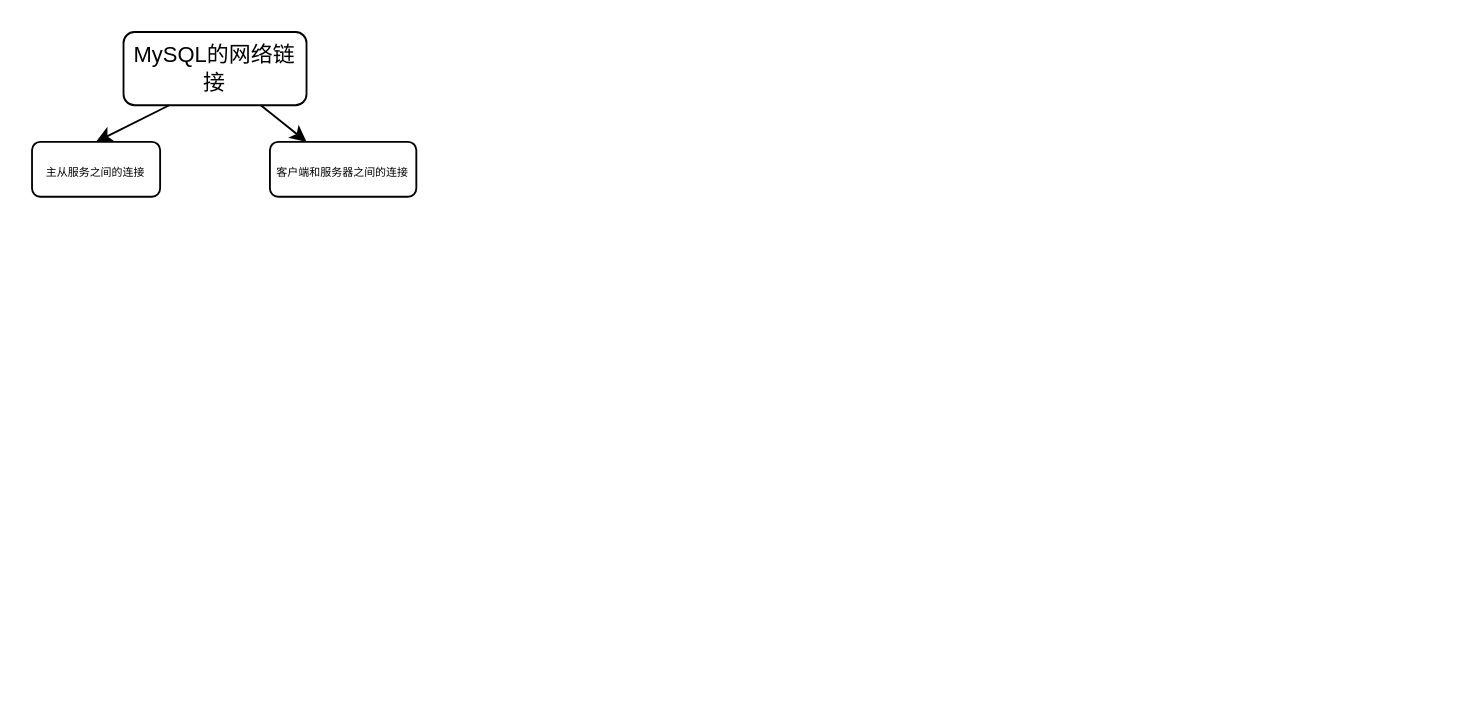
Before: page "网络系统知识" (7 of 7) of 文件系统.drawio in liushan86/learnnode, a draw.io diagram. Source tidied: cells renumbered, new cells numbered last; positions are measured from the earlier drawing's top-left corner, leaving out a move shared by most shapes. Both pictures are drawn from the tidied source at 183%, with x=0, y=0 at pixel (31, 31).
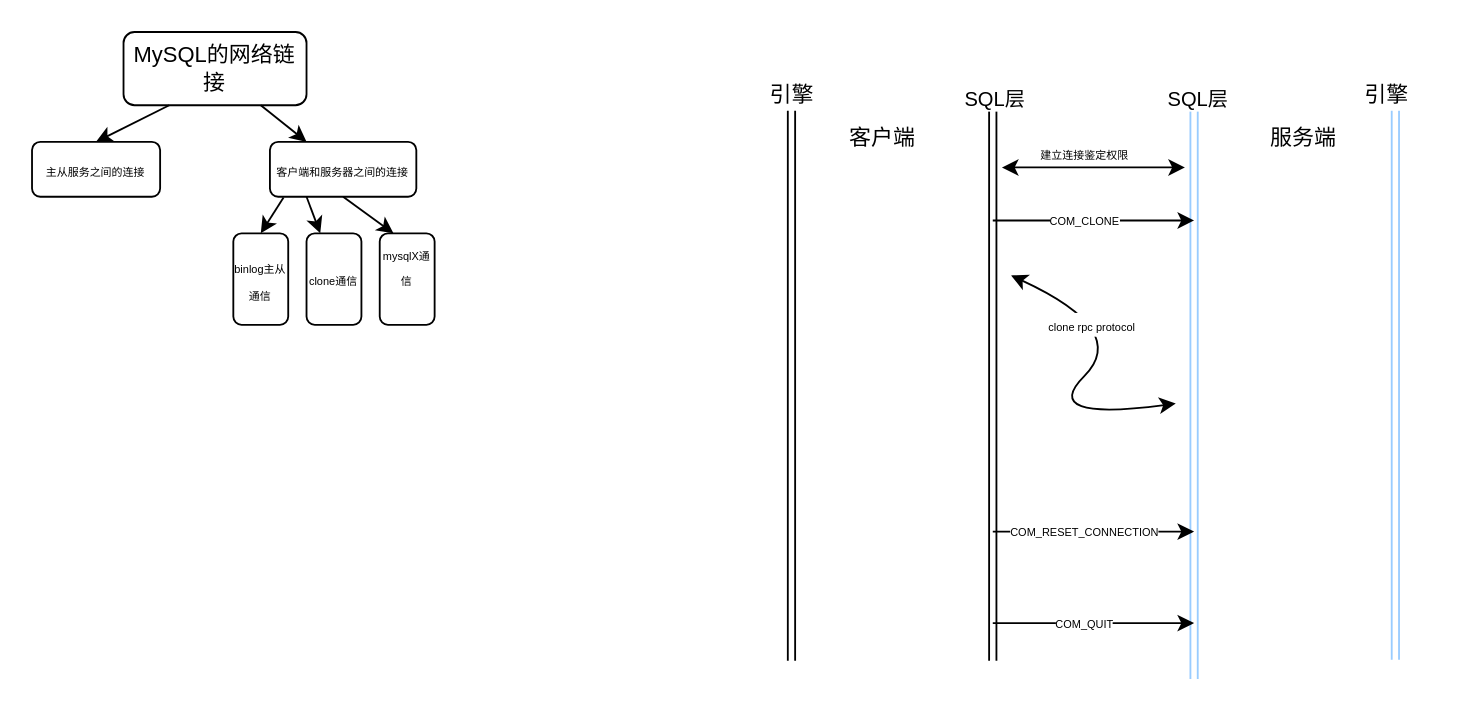
The same page after the edit.

Commit message:
更新文件系统.drawio

Unchanged cells that the change refers to:
```xml
<mxCell id="4" value="&lt;font style=&quot;font-size: 6px;&quot;&gt;客户端和服务器之间的连接&lt;/font&gt;" style="rounded=1;whiteSpace=wrap;html=1;" parent="1" vertex="1">
  <mxGeometry x="130" y="60" width="80" height="30" as="geometry" />
</mxCell>
```

Diff of the diagram source:
```diff
@@
+    <mxCell id="7" style="shape=link;html=1;rounded=0;" parent="1" edge="1">
+      <mxGeometry relative="1" as="geometry">
+        <mxPoint x="415" y="43" as="sourcePoint" />
+        <mxPoint x="415" y="343.6" as="targetPoint" />
+      </mxGeometry>
+    </mxCell>
+    <mxCell id="8" style="shape=link;html=1;rounded=0;" parent="1" edge="1">
+      <mxGeometry relative="1" as="geometry">
+        <mxPoint x="525" y="43" as="sourcePoint" />
+        <mxPoint x="525" y="343.6" as="targetPoint" />
+      </mxGeometry>
+    </mxCell>
+    <mxCell id="9" value="SQL层" style="edgeLabel;html=1;align=center;verticalAlign=middle;" parent="8" vertex="1">
+      <mxGeometry x="-0.95" y="2" relative="1" as="geometry">
+        <mxPoint x="-2" y="-15" as="offset" />
+      </mxGeometry>
+    </mxCell>
+    <mxCell id="10" style="shape=link;html=1;rounded=0;strokeColor=#99CCFF;" parent="1" edge="1">
+      <mxGeometry relative="1" as="geometry">
+        <mxPoint x="635" y="43" as="sourcePoint" />
+        <mxPoint x="635" y="353.6" as="targetPoint" />
+      </mxGeometry>
+    </mxCell>
+    <mxCell id="11" style="shape=link;html=1;rounded=0;strokeColor=#99CCFF;" parent="1" edge="1">
+      <mxGeometry relative="1" as="geometry">
+        <mxPoint x="745" y="43" as="sourcePoint" />
+        <mxPoint x="745" y="343" as="targetPoint" />
+      </mxGeometry>
+    </mxCell>
+    <mxCell id="12" value="客户端" style="text;html=1;align=center;verticalAlign=middle;whiteSpace=wrap;rounded=0;" parent="1" vertex="1">
+      <mxGeometry x="435" y="43" width="60" height="30" as="geometry" />
+    </mxCell>
+    <mxCell id="13" value="服务端" style="text;html=1;align=center;verticalAlign=middle;whiteSpace=wrap;rounded=0;" parent="1" vertex="1">
+      <mxGeometry x="665" y="43" width="60" height="30" as="geometry" />
+    </mxCell>
+    <mxCell id="14" value="引擎" style="text;html=1;align=center;verticalAlign=middle;strokeColor=none;fillColor=none;" parent="1" vertex="1">
+      <mxGeometry x="390" y="20" width="50" height="30" as="geometry" />
+    </mxCell>
+    <mxCell id="15" value="引擎" style="text;html=1;align=center;verticalAlign=middle;strokeColor=none;fillColor=none;" parent="1" vertex="1">
+      <mxGeometry x="715" y="20" width="50" height="30" as="geometry" />
+    </mxCell>
+    <mxCell id="16" value="SQL层" style="edgeLabel;html=1;align=center;verticalAlign=middle;" parent="1" vertex="1">
+      <mxGeometry x="635" y="35" as="geometry">
+        <mxPoint x="1" y="1" as="offset" />
+      </mxGeometry>
+    </mxCell>
+    <mxCell id="17" value="&lt;font style=&quot;font-size: 6px;&quot;&gt;建立连接鉴定权限&lt;/font&gt;" style="text;html=1;align=center;verticalAlign=middle;strokeColor=none;fillColor=none;" parent="1" vertex="1">
+      <mxGeometry x="540" y="51" width="70" height="30" as="geometry" />
+    </mxCell>
+    <mxCell id="18" style="endArrow=classic;startArrow=classic;html=1;rounded=0;" parent="1" edge="1">
+      <mxGeometry relative="1" as="geometry">
+        <mxPoint x="530" y="74" as="sourcePoint" />
+        <mxPoint x="630" y="74" as="targetPoint" />
+      </mxGeometry>
+    </mxCell>
+    <mxCell id="19" style="endArrow=classic;html=1;rounded=0;" parent="1" edge="1">
+      <mxGeometry relative="1" as="geometry">
+        <mxPoint x="525" y="103" as="sourcePoint" />
+        <mxPoint x="635" y="103" as="targetPoint" />
+      </mxGeometry>
+    </mxCell>
+    <mxCell id="20" value="&lt;font style=&quot;font-size: 6px;&quot;&gt;COM_CLONE&lt;/font&gt;" style="edgeLabel;html=1;align=center;verticalAlign=middle;" parent="19" vertex="1">
+      <mxGeometry x="-0.11" y="2" relative="1" as="geometry" />
+    </mxCell>
+    <mxCell id="21" style="endArrow=classic;html=1;rounded=0;" parent="1" edge="1">
+      <mxGeometry relative="1" as="geometry">
+        <mxPoint x="525" y="323" as="sourcePoint" />
+        <mxPoint x="635" y="323" as="targetPoint" />
+      </mxGeometry>
+    </mxCell>
+    <mxCell id="22" value="&lt;font style=&quot;font-size: 6px;&quot;&gt;COM_QUIT&lt;/font&gt;" style="edgeLabel;html=1;align=center;verticalAlign=middle;" parent="21" vertex="1">
+      <mxGeometry x="-0.11" y="2" relative="1" as="geometry" />
+    </mxCell>
+    <mxCell id="23" style="endArrow=classic;html=1;rounded=0;" parent="1" edge="1">
+      <mxGeometry relative="1" as="geometry">
+        <mxPoint x="525" y="273" as="sourcePoint" />
+        <mxPoint x="635" y="273" as="targetPoint" />
+      </mxGeometry>
+    </mxCell>
+    <mxCell id="24" value="&lt;font style=&quot;font-size: 6px;&quot;&gt;COM_RESET_CONNECTION&lt;/font&gt;" style="edgeLabel;html=1;align=center;verticalAlign=middle;" parent="23" vertex="1">
+      <mxGeometry x="-0.11" y="2" relative="1" as="geometry" />
+    </mxCell>
+    <mxCell id="25" style="curved=1;endArrow=classic;html=1;rounded=0;startArrow=classic;startFill=1;" parent="1" edge="1">
+      <mxGeometry relative="1" as="geometry">
+        <mxPoint x="535" y="133" as="sourcePoint" />
+        <mxPoint x="625" y="203" as="targetPoint" />
+        <Array as="points">
+          <mxPoint x="600" y="163" />
+          <mxPoint x="550" y="213" />
+        </Array>
+      </mxGeometry>
+    </mxCell>
+    <mxCell id="26" value="&lt;font style=&quot;font-size: 6px;&quot;&gt;clone rpc protocol&lt;/font&gt;" style="edgeLabel;html=1;align=center;verticalAlign=middle;" parent="25" vertex="1">
+      <mxGeometry x="-0.53" y="-6" relative="1" as="geometry" />
+    </mxCell>
+    <mxCell id="27" value="&lt;font style=&quot;font-size: 6px;&quot;&gt;binlog主从通信&lt;/font&gt;" style="rounded=1;whiteSpace=wrap;html=1;" parent="1" vertex="1">
+      <mxGeometry x="110" y="110" width="30" height="50" as="geometry" />
+    </mxCell>
+    <mxCell id="28" value="&lt;font style=&quot;font-size: 6px;&quot;&gt;clone通信&lt;/font&gt;" style="rounded=1;whiteSpace=wrap;html=1;" parent="1" vertex="1">
+      <mxGeometry x="150" y="110" width="30" height="50" as="geometry" />
+    </mxCell>
+    <mxCell id="29" style="endArrow=classic;html=1;rounded=0;exitX=0.093;exitY=1.014;exitDx=0;exitDy=0;entryX=0.5;entryY=0;entryDx=0;entryDy=0;exitPerimeter=0;" parent="1" edge="1" source="4" target="27">
+      <mxGeometry relative="1" as="geometry" />
+    </mxCell>
+    <mxCell id="30" style="endArrow=classic;html=1;rounded=0;exitX=0.25;exitY=1;exitDx=0;exitDy=0;entryX=0.25;entryY=0;entryDx=0;entryDy=0;" parent="1" edge="1" source="4" target="28">
+      <mxGeometry relative="1" as="geometry" />
+    </mxCell>
+    <mxCell id="31" value="&lt;div&gt;&lt;font style=&quot;font-size: 6px;&quot;&gt;mysqlX通信&lt;/font&gt;&lt;/div&gt;&lt;div&gt;&lt;br&gt;&lt;/div&gt;" style="rounded=1;whiteSpace=wrap;html=1;" parent="1" vertex="1">
+      <mxGeometry x="190" y="110" width="30" height="50" as="geometry" />
+    </mxCell>
+    <mxCell id="32" style="endArrow=classic;html=1;rounded=0;exitX=0.5;exitY=1;exitDx=0;exitDy=0;entryX=0.25;entryY=0;entryDx=0;entryDy=0;" parent="1" edge="1" source="4" target="31">
+      <mxGeometry relative="1" as="geometry" />
+    </mxCell>
```
